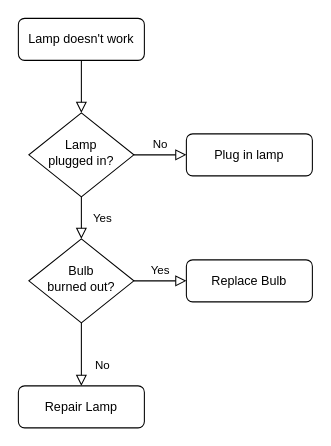
Before: 未命名绘图.drawio in wensionblao/wensionblao, a draw.io diagram. Source tidied: cells renumbered, new cells numbered last; positions are measured from the earlier drawing's top-left corner, leaving out a move shared by most shapes. Both pictures are drawn from the tidied source at 105%, with x=0, y=0 at pixel (18, 18).
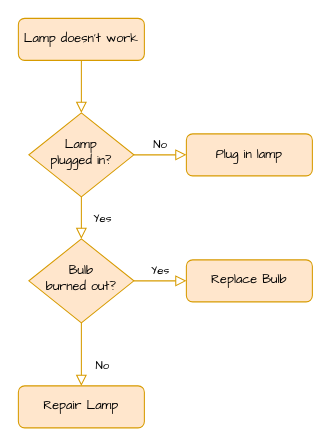
The same diagram, later.

Commit message:
更新未命名绘图.drawio

Change to the diagram source:
```diff
@@
 <mxGraphModel>
   <root>
     <mxCell id="0" />
     <mxCell id="1" parent="0" />
-    <mxCell id="2" style="rounded=0;html=1;jettySize=auto;fontSize=11;endArrow=block;endFill=0;endSize=8;strokeWidth=1;shadow=0;labelBackgroundColor=none;edgeStyle=orthogonalEdgeStyle;" parent="1" edge="1" source="3" target="6">
+    <mxCell id="2" style="rounded=0;html=1;jettySize=auto;fontSize=11;endArrow=block;endFill=0;endSize=8;strokeWidth=1;shadow=0;labelBackgroundColor=none;edgeStyle=orthogonalEdgeStyle;fillColor=#ffe6cc;strokeColor=#d79b00;fontFamily=Comic Sans MS;" parent="1" edge="1" source="3" target="6">
       <mxGeometry relative="1" as="geometry" />
     </mxCell>
-    <mxCell id="3" value="Lamp doesn't work" style="rounded=1;whiteSpace=wrap;html=1;fontSize=12;glass=0;strokeWidth=1;shadow=0;" parent="1" vertex="1">
+    <mxCell id="3" value="Lamp doesn't work" style="rounded=1;whiteSpace=wrap;html=1;fontSize=12;glass=0;strokeWidth=1;shadow=0;fillColor=#ffe6cc;strokeColor=#d79b00;fontFamily=Comic Sans MS;" parent="1" vertex="1">
       <mxGeometry width="120" height="40" as="geometry" />
     </mxCell>
-    <mxCell id="4" value="Yes" style="rounded=0;html=1;jettySize=auto;fontSize=11;endArrow=block;endFill=0;endSize=8;strokeWidth=1;shadow=0;labelBackgroundColor=none;edgeStyle=orthogonalEdgeStyle;" parent="1" edge="1" source="6" target="10">
+    <mxCell id="4" value="Yes" style="rounded=0;html=1;jettySize=auto;fontSize=11;endArrow=block;endFill=0;endSize=8;strokeWidth=1;shadow=0;labelBackgroundColor=none;edgeStyle=orthogonalEdgeStyle;fillColor=#ffe6cc;strokeColor=#d79b00;fontFamily=Comic Sans MS;" parent="1" edge="1" source="6" target="10">
       <mxGeometry y="20" relative="1" as="geometry" />
     </mxCell>
-    <mxCell id="5" value="No" style="edgeStyle=orthogonalEdgeStyle;rounded=0;html=1;jettySize=auto;fontSize=11;endArrow=block;endFill=0;endSize=8;strokeWidth=1;shadow=0;labelBackgroundColor=none;" parent="1" edge="1" source="6" target="7">
+    <mxCell id="5" value="No" style="edgeStyle=orthogonalEdgeStyle;rounded=0;html=1;jettySize=auto;fontSize=11;endArrow=block;endFill=0;endSize=8;strokeWidth=1;shadow=0;labelBackgroundColor=none;fillColor=#ffe6cc;strokeColor=#d79b00;fontFamily=Comic Sans MS;" parent="1" edge="1" source="6" target="7">
       <mxGeometry y="10" relative="1" as="geometry" />
     </mxCell>
-    <mxCell id="6" value="Lamp&lt;br&gt;plugged in?" style="rhombus;whiteSpace=wrap;html=1;shadow=0;fontFamily=Helvetica;fontSize=12;align=center;strokeWidth=1;spacing=6;spacingTop=-4;" parent="1" vertex="1">
+    <mxCell id="6" value="Lamp&lt;br&gt;plugged in?" style="rhombus;whiteSpace=wrap;html=1;shadow=0;fontFamily=Comic Sans MS;fontSize=12;align=center;strokeWidth=1;spacing=6;spacingTop=-4;fillStyle=auto;fillColor=#ffe6cc;strokeColor=#d79b00;" parent="1" vertex="1">
       <mxGeometry x="10" y="90" width="100" height="80" as="geometry" />
     </mxCell>
-    <mxCell id="7" value="Plug in lamp" style="rounded=1;whiteSpace=wrap;html=1;fontSize=12;glass=0;strokeWidth=1;shadow=0;" parent="1" vertex="1">
+    <mxCell id="7" value="Plug in lamp" style="rounded=1;whiteSpace=wrap;html=1;fontSize=12;glass=0;strokeWidth=1;shadow=0;fillColor=#ffe6cc;strokeColor=#d79b00;fontFamily=Comic Sans MS;" parent="1" vertex="1">
       <mxGeometry x="160" y="110" width="120" height="40" as="geometry" />
     </mxCell>
-    <mxCell id="8" value="No" style="rounded=0;html=1;jettySize=auto;fontSize=11;endArrow=block;endFill=0;endSize=8;strokeWidth=1;shadow=0;labelBackgroundColor=none;edgeStyle=orthogonalEdgeStyle;" parent="1" edge="1" source="10" target="11">
+    <mxCell id="8" value="No" style="rounded=0;html=1;jettySize=auto;fontSize=11;endArrow=block;endFill=0;endSize=8;strokeWidth=1;shadow=0;labelBackgroundColor=none;edgeStyle=orthogonalEdgeStyle;fillColor=#ffe6cc;strokeColor=#d79b00;fontFamily=Comic Sans MS;" parent="1" edge="1" source="10" target="11">
       <mxGeometry x="0.33" y="20" relative="1" as="geometry" />
     </mxCell>
-    <mxCell id="9" value="Yes" style="edgeStyle=orthogonalEdgeStyle;rounded=0;html=1;jettySize=auto;fontSize=11;endArrow=block;endFill=0;endSize=8;strokeWidth=1;shadow=0;labelBackgroundColor=none;" parent="1" edge="1" source="10" target="12">
+    <mxCell id="9" value="Yes" style="edgeStyle=orthogonalEdgeStyle;rounded=0;html=1;jettySize=auto;fontSize=11;endArrow=block;endFill=0;endSize=8;strokeWidth=1;shadow=0;labelBackgroundColor=none;fillColor=#ffe6cc;strokeColor=#d79b00;fontFamily=Comic Sans MS;" parent="1" edge="1" source="10" target="12">
       <mxGeometry y="10" relative="1" as="geometry" />
     </mxCell>
-    <mxCell id="10" value="Bulb&lt;br&gt;burned out?" style="rhombus;whiteSpace=wrap;html=1;shadow=0;fontFamily=Helvetica;fontSize=12;align=center;strokeWidth=1;spacing=6;spacingTop=-4;" parent="1" vertex="1">
+    <mxCell id="10" value="Bulb&lt;br&gt;burned out?" style="rhombus;whiteSpace=wrap;html=1;shadow=0;fontFamily=Comic Sans MS;fontSize=12;align=center;strokeWidth=1;spacing=6;spacingTop=-4;fillStyle=auto;fillColor=#ffe6cc;strokeColor=#d79b00;" parent="1" vertex="1">
       <mxGeometry x="10" y="210" width="100" height="80" as="geometry" />
     </mxCell>
-    <mxCell id="11" value="Repair Lamp" style="rounded=1;whiteSpace=wrap;html=1;fontSize=12;glass=0;strokeWidth=1;shadow=0;" parent="1" vertex="1">
+    <mxCell id="11" value="Repair Lamp" style="rounded=1;whiteSpace=wrap;html=1;fontSize=12;glass=0;strokeWidth=1;shadow=0;fillColor=#ffe6cc;strokeColor=#d79b00;fontFamily=Comic Sans MS;" parent="1" vertex="1">
       <mxGeometry y="350" width="120" height="40" as="geometry" />
     </mxCell>
-    <mxCell id="12" value="Replace Bulb" style="rounded=1;whiteSpace=wrap;html=1;fontSize=12;glass=0;strokeWidth=1;shadow=0;" parent="1" vertex="1">
+    <mxCell id="12" value="Replace Bulb" style="rounded=1;whiteSpace=wrap;html=1;fontSize=12;glass=0;strokeWidth=1;shadow=0;fillColor=#ffe6cc;strokeColor=#d79b00;fontFamily=Comic Sans MS;" parent="1" vertex="1">
       <mxGeometry x="160" y="230" width="120" height="40" as="geometry" />
     </mxCell>
   </root>
 </mxGraphModel>
```
